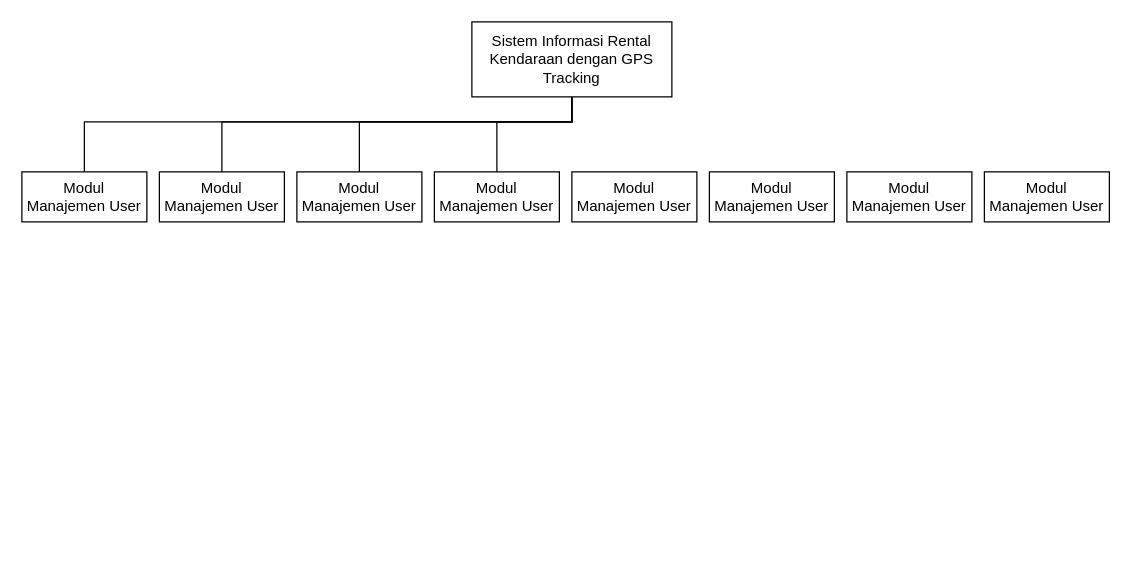
This is wbs.drawio from yogadwipayana/ERD, a draw.io file, before an edit. Source tidied: cells renumbered, new cells numbered last; positions are measured from the earlier drawing's top-left corner, leaving out a move shared by most shapes. Both pictures are drawn from the tidied source at 125%, with x=0, y=0 at pixel (21, 21).
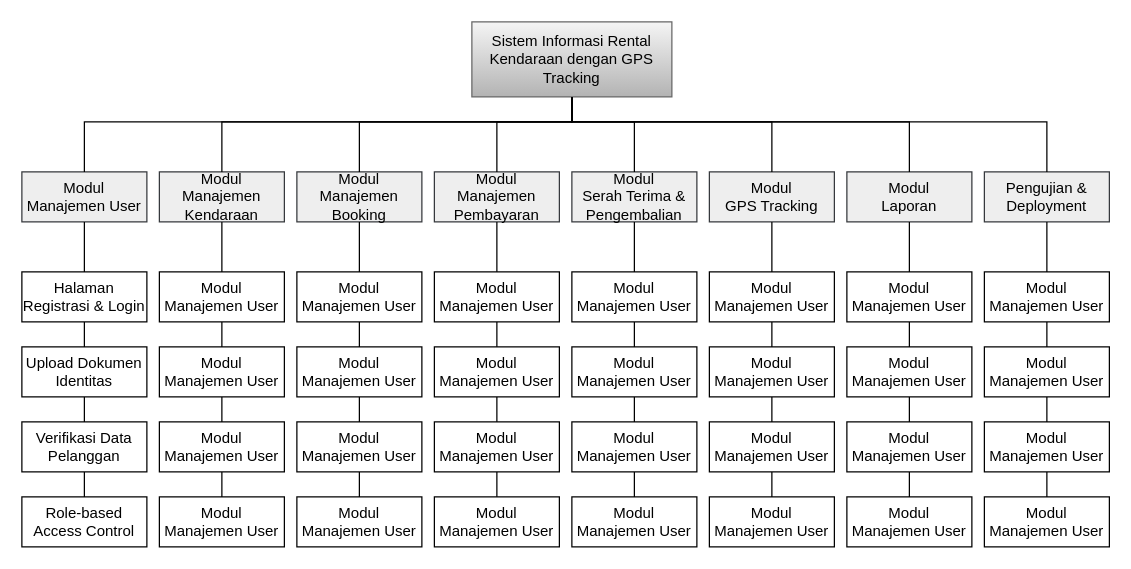
After the change.

The edit, as a diff of the source:
```diff
@@
-    <mxCell id="2" value="Sistem Informasi Rental Kendaraan dengan GPS Tracking" style="rounded=0;whiteSpace=wrap;html=1;" parent="1" vertex="1">
+    <mxCell id="2" value="Sistem Informasi Rental Kendaraan dengan GPS Tracking" style="rounded=0;whiteSpace=wrap;html=1;fillColor=#f5f5f5;strokeColor=#666666;gradientColor=#b3b3b3;" parent="1" vertex="1">
       <mxGeometry x="360" width="160" height="60" as="geometry" />
     </mxCell>
-    <mxCell id="3" value="Modul&lt;div&gt;Manajemen User&lt;/div&gt;" style="rounded=0;whiteSpace=wrap;html=1;" parent="1" vertex="1">
+    <mxCell id="3" value="Modul&lt;div&gt;Manajemen Kendaraan&lt;/div&gt;" style="rounded=0;whiteSpace=wrap;html=1;fillColor=#eeeeee;strokeColor=#36393d;" parent="1" vertex="1">
       <mxGeometry x="110" y="120" width="100" height="40" as="geometry" />
     </mxCell>
-    <mxCell id="4" value="Modul&lt;div&gt;Manajemen User&lt;/div&gt;" style="rounded=0;whiteSpace=wrap;html=1;" parent="1" vertex="1">
+    <mxCell id="4" value="Modul&lt;div&gt;Manajemen User&lt;/div&gt;" style="rounded=0;whiteSpace=wrap;html=1;fillColor=#eeeeee;strokeColor=#36393d;" parent="1" vertex="1">
       <mxGeometry y="120" width="100" height="40" as="geometry" />
     </mxCell>
-    <mxCell id="5" value="Modul&lt;div&gt;Manajemen User&lt;/div&gt;" style="rounded=0;whiteSpace=wrap;html=1;" parent="1" vertex="1">
+    <mxCell id="5" value="Modul&lt;div&gt;Manajemen Booking&lt;/div&gt;" style="rounded=0;whiteSpace=wrap;html=1;fillColor=#eeeeee;strokeColor=#36393d;" parent="1" vertex="1">
       <mxGeometry x="220" y="120" width="100" height="40" as="geometry" />
     </mxCell>
-    <mxCell id="6" value="Modul&lt;div&gt;Manajemen User&lt;/div&gt;" style="rounded=0;whiteSpace=wrap;html=1;" parent="1" vertex="1">
+    <mxCell id="6" value="Modul&lt;div&gt;Manajemen Pembayaran&lt;/div&gt;" style="rounded=0;whiteSpace=wrap;html=1;fillColor=#eeeeee;strokeColor=#36393d;" parent="1" vertex="1">
       <mxGeometry x="330" y="120" width="100" height="40" as="geometry" />
     </mxCell>
-    <mxCell id="7" value="Modul&lt;div&gt;Manajemen User&lt;/div&gt;" style="rounded=0;whiteSpace=wrap;html=1;" parent="1" vertex="1">
+    <mxCell id="7" value="Modul&lt;div&gt;Serah Terima &amp;amp; Pengembalian&lt;/div&gt;" style="rounded=0;whiteSpace=wrap;html=1;fillColor=#eeeeee;strokeColor=#36393d;" parent="1" vertex="1">
       <mxGeometry x="440" y="120" width="100" height="40" as="geometry" />
     </mxCell>
-    <mxCell id="8" value="Modul&lt;div&gt;Manajemen User&lt;/div&gt;" style="rounded=0;whiteSpace=wrap;html=1;" parent="1" vertex="1">
+    <mxCell id="8" value="Modul&lt;div&gt;GPS Tracking&lt;/div&gt;" style="rounded=0;whiteSpace=wrap;html=1;fillColor=#eeeeee;strokeColor=#36393d;" parent="1" vertex="1">
       <mxGeometry x="550" y="120" width="100" height="40" as="geometry" />
     </mxCell>
-    <mxCell id="9" value="Modul&lt;div&gt;Manajemen User&lt;/div&gt;" style="rounded=0;whiteSpace=wrap;html=1;" parent="1" vertex="1">
+    <mxCell id="9" value="Modul&lt;div&gt;Laporan&lt;/div&gt;" style="rounded=0;whiteSpace=wrap;html=1;fillColor=#eeeeee;strokeColor=#36393d;" parent="1" vertex="1">
       <mxGeometry x="660" y="120" width="100" height="40" as="geometry" />
     </mxCell>
-    <mxCell id="10" value="Modul&lt;div&gt;Manajemen User&lt;/div&gt;" style="rounded=0;whiteSpace=wrap;html=1;" parent="1" vertex="1">
+    <mxCell id="10" value="Pengujian &amp;amp; Deployment" style="rounded=0;whiteSpace=wrap;html=1;fillColor=#eeeeee;strokeColor=#36393d;" parent="1" vertex="1">
       <mxGeometry x="770" y="120" width="100" height="40" as="geometry" />
     </mxCell>
@@
+    <mxCell id="15" style="endArrow=none;html=1;rounded=0;fontSize=12;startSize=8;endSize=8;curved=0;entryX=0.5;entryY=1;entryDx=0;entryDy=0;exitX=0.5;exitY=0;exitDx=0;exitDy=0;" parent="1" edge="1" source="7" target="2">
+      <mxGeometry relative="1" as="geometry">
+        <Array as="points">
+          <mxPoint x="490" y="80" />
+          <mxPoint x="440" y="80" />
+        </Array>
+      </mxGeometry>
+    </mxCell>
+    <mxCell id="16" style="endArrow=none;html=1;rounded=0;fontSize=12;startSize=8;endSize=8;curved=0;entryX=0.5;entryY=1;entryDx=0;entryDy=0;exitX=0.5;exitY=0;exitDx=0;exitDy=0;" parent="1" edge="1" source="8" target="2">
+      <mxGeometry relative="1" as="geometry">
+        <Array as="points">
+          <mxPoint x="600" y="80" />
+          <mxPoint x="440" y="80" />
+        </Array>
+      </mxGeometry>
+    </mxCell>
+    <mxCell id="17" style="endArrow=none;html=1;rounded=0;fontSize=12;startSize=8;endSize=8;curved=0;entryX=0.5;entryY=1;entryDx=0;entryDy=0;exitX=0.5;exitY=0;exitDx=0;exitDy=0;" parent="1" edge="1" source="9" target="2">
+      <mxGeometry relative="1" as="geometry">
+        <Array as="points">
+          <mxPoint x="710" y="80" />
+          <mxPoint x="440" y="80" />
+        </Array>
+      </mxGeometry>
+    </mxCell>
+    <mxCell id="18" style="endArrow=none;html=1;rounded=0;fontSize=12;startSize=8;endSize=8;curved=0;entryX=0.5;entryY=1;entryDx=0;entryDy=0;exitX=0.5;exitY=0;exitDx=0;exitDy=0;" parent="1" edge="1" source="10" target="2">
+      <mxGeometry relative="1" as="geometry">
+        <Array as="points">
+          <mxPoint x="820" y="80" />
+          <mxPoint x="440" y="80" />
+        </Array>
+      </mxGeometry>
+    </mxCell>
+    <mxCell id="19" value="Halaman Registrasi &amp;amp; Login" style="rounded=0;whiteSpace=wrap;html=1;" parent="1" vertex="1">
+      <mxGeometry y="200" width="100" height="40" as="geometry" />
+    </mxCell>
+    <mxCell id="20" style="endArrow=none;html=1;rounded=0;fontSize=12;startSize=8;endSize=8;curved=1;entryX=0.5;entryY=1;entryDx=0;entryDy=0;exitX=0.5;exitY=0;exitDx=0;exitDy=0;" parent="1" edge="1" source="19" target="4">
+      <mxGeometry relative="1" as="geometry" />
+    </mxCell>
+    <mxCell id="21" value="Upload Dokumen Identitas" style="rounded=0;whiteSpace=wrap;html=1;" parent="1" vertex="1">
+      <mxGeometry y="260" width="100" height="40" as="geometry" />
+    </mxCell>
+    <mxCell id="22" value="Verifikasi Data Pelanggan" style="rounded=0;whiteSpace=wrap;html=1;" parent="1" vertex="1">
+      <mxGeometry y="320" width="100" height="40" as="geometry" />
+    </mxCell>
+    <mxCell id="23" value="Role-based Access Control" style="rounded=0;whiteSpace=wrap;html=1;" parent="1" vertex="1">
+      <mxGeometry y="380" width="100" height="40" as="geometry" />
+    </mxCell>
+    <mxCell id="24" style="endArrow=none;html=1;rounded=0;fontSize=12;startSize=8;endSize=8;curved=1;entryX=0.5;entryY=1;entryDx=0;entryDy=0;exitX=0.5;exitY=0;exitDx=0;exitDy=0;" parent="1" edge="1" source="21" target="19">
+      <mxGeometry relative="1" as="geometry" />
+    </mxCell>
+    <mxCell id="25" style="endArrow=none;html=1;rounded=0;fontSize=12;startSize=8;endSize=8;curved=1;entryX=0.5;entryY=1;entryDx=0;entryDy=0;exitX=0.5;exitY=0;exitDx=0;exitDy=0;" parent="1" edge="1" source="22" target="21">
+      <mxGeometry relative="1" as="geometry" />
+    </mxCell>
+    <mxCell id="26" style="endArrow=none;html=1;rounded=0;fontSize=12;startSize=8;endSize=8;curved=1;entryX=0.5;entryY=1;entryDx=0;entryDy=0;exitX=0.5;exitY=0;exitDx=0;exitDy=0;" parent="1" edge="1" source="23" target="22">
+      <mxGeometry relative="1" as="geometry" />
+    </mxCell>
+    <mxCell id="27" value="Modul&lt;div&gt;Manajemen User&lt;/div&gt;" style="rounded=0;whiteSpace=wrap;html=1;" parent="1" vertex="1">
+      <mxGeometry x="110" y="200" width="100" height="40" as="geometry" />
+    </mxCell>
+    <mxCell id="28" style="endArrow=none;html=1;rounded=0;fontSize=12;startSize=8;endSize=8;curved=1;entryX=0.5;entryY=1;entryDx=0;entryDy=0;exitX=0.5;exitY=0;exitDx=0;exitDy=0;" parent="1" edge="1" source="27">
+      <mxGeometry relative="1" as="geometry">
+        <mxPoint x="160" y="160" as="targetPoint" />
+      </mxGeometry>
+    </mxCell>
+    <mxCell id="29" value="Modul&lt;div&gt;Manajemen User&lt;/div&gt;" style="rounded=0;whiteSpace=wrap;html=1;" parent="1" vertex="1">
+      <mxGeometry x="110" y="260" width="100" height="40" as="geometry" />
+    </mxCell>
+    <mxCell id="30" value="Modul&lt;div&gt;Manajemen User&lt;/div&gt;" style="rounded=0;whiteSpace=wrap;html=1;" parent="1" vertex="1">
+      <mxGeometry x="110" y="320" width="100" height="40" as="geometry" />
+    </mxCell>
+    <mxCell id="31" value="Modul&lt;div&gt;Manajemen User&lt;/div&gt;" style="rounded=0;whiteSpace=wrap;html=1;" parent="1" vertex="1">
+      <mxGeometry x="110" y="380" width="100" height="40" as="geometry" />
+    </mxCell>
+    <mxCell id="32" style="endArrow=none;html=1;rounded=0;fontSize=12;startSize=8;endSize=8;curved=1;entryX=0.5;entryY=1;entryDx=0;entryDy=0;exitX=0.5;exitY=0;exitDx=0;exitDy=0;" parent="1" edge="1" source="29" target="27">
+      <mxGeometry relative="1" as="geometry" />
+    </mxCell>
+    <mxCell id="33" style="endArrow=none;html=1;rounded=0;fontSize=12;startSize=8;endSize=8;curved=1;entryX=0.5;entryY=1;entryDx=0;entryDy=0;exitX=0.5;exitY=0;exitDx=0;exitDy=0;" parent="1" edge="1" source="30" target="29">
+      <mxGeometry relative="1" as="geometry" />
+    </mxCell>
+    <mxCell id="34" style="endArrow=none;html=1;rounded=0;fontSize=12;startSize=8;endSize=8;curved=1;entryX=0.5;entryY=1;entryDx=0;entryDy=0;exitX=0.5;exitY=0;exitDx=0;exitDy=0;" parent="1" edge="1" source="31" target="30">
+      <mxGeometry relative="1" as="geometry" />
+    </mxCell>
+    <mxCell id="35" value="Modul&lt;div&gt;Manajemen User&lt;/div&gt;" style="rounded=0;whiteSpace=wrap;html=1;" parent="1" vertex="1">
+      <mxGeometry x="220" y="200" width="100" height="40" as="geometry" />
+    </mxCell>
+    <mxCell id="36" style="endArrow=none;html=1;rounded=0;fontSize=12;startSize=8;endSize=8;curved=1;entryX=0.5;entryY=1;entryDx=0;entryDy=0;exitX=0.5;exitY=0;exitDx=0;exitDy=0;" parent="1" edge="1" source="35">
+      <mxGeometry relative="1" as="geometry">
+        <mxPoint x="270" y="160" as="targetPoint" />
+      </mxGeometry>
+    </mxCell>
+    <mxCell id="37" value="Modul&lt;div&gt;Manajemen User&lt;/div&gt;" style="rounded=0;whiteSpace=wrap;html=1;" parent="1" vertex="1">
+      <mxGeometry x="220" y="260" width="100" height="40" as="geometry" />
+    </mxCell>
+    <mxCell id="38" value="Modul&lt;div&gt;Manajemen User&lt;/div&gt;" style="rounded=0;whiteSpace=wrap;html=1;" parent="1" vertex="1">
+      <mxGeometry x="220" y="320" width="100" height="40" as="geometry" />
+    </mxCell>
+    <mxCell id="39" value="Modul&lt;div&gt;Manajemen User&lt;/div&gt;" style="rounded=0;whiteSpace=wrap;html=1;" parent="1" vertex="1">
+      <mxGeometry x="220" y="380" width="100" height="40" as="geometry" />
+    </mxCell>
+    <mxCell id="40" style="endArrow=none;html=1;rounded=0;fontSize=12;startSize=8;endSize=8;curved=1;entryX=0.5;entryY=1;entryDx=0;entryDy=0;exitX=0.5;exitY=0;exitDx=0;exitDy=0;" parent="1" edge="1" source="37" target="35">
+      <mxGeometry relative="1" as="geometry" />
+    </mxCell>
+    <mxCell id="41" style="endArrow=none;html=1;rounded=0;fontSize=12;startSize=8;endSize=8;curved=1;entryX=0.5;entryY=1;entryDx=0;entryDy=0;exitX=0.5;exitY=0;exitDx=0;exitDy=0;" parent="1" edge="1" source="38" target="37">
+      <mxGeometry relative="1" as="geometry" />
+    </mxCell>
+    <mxCell id="42" style="endArrow=none;html=1;rounded=0;fontSize=12;startSize=8;endSize=8;curved=1;entryX=0.5;entryY=1;entryDx=0;entryDy=0;exitX=0.5;exitY=0;exitDx=0;exitDy=0;" parent="1" edge="1" source="39" target="38">
+      <mxGeometry relative="1" as="geometry" />
+    </mxCell>
+    <mxCell id="43" style="endArrow=none;html=1;rounded=0;fontSize=12;startSize=8;endSize=8;curved=1;entryX=0.5;entryY=1;entryDx=0;entryDy=0;exitX=0.5;exitY=0;exitDx=0;exitDy=0;" parent="1" edge="1" source="47">
+      <mxGeometry relative="1" as="geometry">
+        <mxPoint x="380" y="160" as="targetPoint" />
+      </mxGeometry>
+    </mxCell>
+    <mxCell id="44" style="endArrow=none;html=1;rounded=0;fontSize=12;startSize=8;endSize=8;curved=1;entryX=0.5;entryY=1;entryDx=0;entryDy=0;exitX=0.5;exitY=0;exitDx=0;exitDy=0;" parent="1" edge="1" source="48" target="47">
+      <mxGeometry relative="1" as="geometry" />
+    </mxCell>
+    <mxCell id="45" style="endArrow=none;html=1;rounded=0;fontSize=12;startSize=8;endSize=8;curved=1;entryX=0.5;entryY=1;entryDx=0;entryDy=0;exitX=0.5;exitY=0;exitDx=0;exitDy=0;" parent="1" edge="1" source="49" target="48">
+      <mxGeometry relative="1" as="geometry" />
+    </mxCell>
+    <mxCell id="46" style="endArrow=none;html=1;rounded=0;fontSize=12;startSize=8;endSize=8;curved=1;entryX=0.5;entryY=1;entryDx=0;entryDy=0;exitX=0.5;exitY=0;exitDx=0;exitDy=0;" parent="1" edge="1" source="50" target="49">
+      <mxGeometry relative="1" as="geometry" />
+    </mxCell>
+    <mxCell id="47" value="Modul&lt;div&gt;Manajemen User&lt;/div&gt;" style="rounded=0;whiteSpace=wrap;html=1;" parent="1" vertex="1">
+      <mxGeometry x="330" y="200" width="100" height="40" as="geometry" />
+    </mxCell>
+    <mxCell id="48" value="Modul&lt;div&gt;Manajemen User&lt;/div&gt;" style="rounded=0;whiteSpace=wrap;html=1;" parent="1" vertex="1">
+      <mxGeometry x="330" y="260" width="100" height="40" as="geometry" />
+    </mxCell>
+    <mxCell id="49" value="Modul&lt;div&gt;Manajemen User&lt;/div&gt;" style="rounded=0;whiteSpace=wrap;html=1;" parent="1" vertex="1">
+      <mxGeometry x="330" y="320" width="100" height="40" as="geometry" />
+    </mxCell>
+    <mxCell id="50" value="Modul&lt;div&gt;Manajemen User&lt;/div&gt;" style="rounded=0;whiteSpace=wrap;html=1;" parent="1" vertex="1">
+      <mxGeometry x="330" y="380" width="100" height="40" as="geometry" />
+    </mxCell>
+    <mxCell id="51" value="Modul&lt;div&gt;Manajemen User&lt;/div&gt;" style="rounded=0;whiteSpace=wrap;html=1;" parent="1" vertex="1">
+      <mxGeometry x="440" y="200" width="100" height="40" as="geometry" />
+    </mxCell>
+    <mxCell id="52" style="endArrow=none;html=1;rounded=0;fontSize=12;startSize=8;endSize=8;curved=1;entryX=0.5;entryY=1;entryDx=0;entryDy=0;exitX=0.5;exitY=0;exitDx=0;exitDy=0;" parent="1" edge="1" source="51">
+      <mxGeometry relative="1" as="geometry">
+        <mxPoint x="490" y="160" as="targetPoint" />
+      </mxGeometry>
+    </mxCell>
+    <mxCell id="53" value="Modul&lt;div&gt;Manajemen User&lt;/div&gt;" style="rounded=0;whiteSpace=wrap;html=1;" parent="1" vertex="1">
+      <mxGeometry x="440" y="260" width="100" height="40" as="geometry" />
+    </mxCell>
+    <mxCell id="54" value="Modul&lt;div&gt;Manajemen User&lt;/div&gt;" style="rounded=0;whiteSpace=wrap;html=1;" parent="1" vertex="1">
+      <mxGeometry x="440" y="320" width="100" height="40" as="geometry" />
+    </mxCell>
+    <mxCell id="55" value="Modul&lt;div&gt;Manajemen User&lt;/div&gt;" style="rounded=0;whiteSpace=wrap;html=1;" parent="1" vertex="1">
+      <mxGeometry x="440" y="380" width="100" height="40" as="geometry" />
+    </mxCell>
+    <mxCell id="56" style="endArrow=none;html=1;rounded=0;fontSize=12;startSize=8;endSize=8;curved=1;entryX=0.5;entryY=1;entryDx=0;entryDy=0;exitX=0.5;exitY=0;exitDx=0;exitDy=0;" parent="1" edge="1" source="53" target="51">
+      <mxGeometry relative="1" as="geometry" />
+    </mxCell>
+    <mxCell id="57" style="endArrow=none;html=1;rounded=0;fontSize=12;startSize=8;endSize=8;curved=1;entryX=0.5;entryY=1;entryDx=0;entryDy=0;exitX=0.5;exitY=0;exitDx=0;exitDy=0;" parent="1" edge="1" source="54" target="53">
+      <mxGeometry relative="1" as="geometry" />
+    </mxCell>
+    <mxCell id="58" style="endArrow=none;html=1;rounded=0;fontSize=12;startSize=8;endSize=8;curved=1;entryX=0.5;entryY=1;entryDx=0;entryDy=0;exitX=0.5;exitY=0;exitDx=0;exitDy=0;" parent="1" edge="1" source="55" target="54">
+      <mxGeometry relative="1" as="geometry" />
+    </mxCell>
+    <mxCell id="59" value="Modul&lt;div&gt;Manajemen User&lt;/div&gt;" style="rounded=0;whiteSpace=wrap;html=1;" parent="1" vertex="1">
+      <mxGeometry x="550" y="200" width="100" height="40" as="geometry" />
+    </mxCell>
+    <mxCell id="60" style="endArrow=none;html=1;rounded=0;fontSize=12;startSize=8;endSize=8;curved=1;entryX=0.5;entryY=1;entryDx=0;entryDy=0;exitX=0.5;exitY=0;exitDx=0;exitDy=0;" parent="1" edge="1" source="59">
+      <mxGeometry relative="1" as="geometry">
+        <mxPoint x="600" y="160" as="targetPoint" />
+      </mxGeometry>
+    </mxCell>
+    <mxCell id="61" value="Modul&lt;div&gt;Manajemen User&lt;/div&gt;" style="rounded=0;whiteSpace=wrap;html=1;" parent="1" vertex="1">
+      <mxGeometry x="550" y="260" width="100" height="40" as="geometry" />
+    </mxCell>
+    <mxCell id="62" value="Modul&lt;div&gt;Manajemen User&lt;/div&gt;" style="rounded=0;whiteSpace=wrap;html=1;" parent="1" vertex="1">
+      <mxGeometry x="550" y="320" width="100" height="40" as="geometry" />
+    </mxCell>
+    <mxCell id="63" value="Modul&lt;div&gt;Manajemen User&lt;/div&gt;" style="rounded=0;whiteSpace=wrap;html=1;" parent="1" vertex="1">
+      <mxGeometry x="550" y="380" width="100" height="40" as="geometry" />
+    </mxCell>
+    <mxCell id="64" style="endArrow=none;html=1;rounded=0;fontSize=12;startSize=8;endSize=8;curved=1;entryX=0.5;entryY=1;entryDx=0;entryDy=0;exitX=0.5;exitY=0;exitDx=0;exitDy=0;" parent="1" edge="1" source="61" target="59">
+      <mxGeometry relative="1" as="geometry" />
+    </mxCell>
+    <mxCell id="65" style="endArrow=none;html=1;rounded=0;fontSize=12;startSize=8;endSize=8;curved=1;entryX=0.5;entryY=1;entryDx=0;entryDy=0;exitX=0.5;exitY=0;exitDx=0;exitDy=0;" parent="1" edge="1" source="62" target="61">
+      <mxGeometry relative="1" as="geometry" />
+    </mxCell>
+    <mxCell id="66" style="endArrow=none;html=1;rounded=0;fontSize=12;startSize=8;endSize=8;curved=1;entryX=0.5;entryY=1;entryDx=0;entryDy=0;exitX=0.5;exitY=0;exitDx=0;exitDy=0;" parent="1" edge="1" source="63" target="62">
+      <mxGeometry relative="1" as="geometry" />
+    </mxCell>
+    <mxCell id="67" value="Modul&lt;div&gt;Manajemen User&lt;/div&gt;" style="rounded=0;whiteSpace=wrap;html=1;" parent="1" vertex="1">
+      <mxGeometry x="660" y="200" width="100" height="40" as="geometry" />
+    </mxCell>
+    <mxCell id="68" style="endArrow=none;html=1;rounded=0;fontSize=12;startSize=8;endSize=8;curved=1;entryX=0.5;entryY=1;entryDx=0;entryDy=0;exitX=0.5;exitY=0;exitDx=0;exitDy=0;" parent="1" edge="1" source="67">
+      <mxGeometry relative="1" as="geometry">
+        <mxPoint x="710" y="160" as="targetPoint" />
+      </mxGeometry>
+    </mxCell>
+    <mxCell id="69" value="Modul&lt;div&gt;Manajemen User&lt;/div&gt;" style="rounded=0;whiteSpace=wrap;html=1;" parent="1" vertex="1">
+      <mxGeometry x="660" y="260" width="100" height="40" as="geometry" />
+    </mxCell>
+    <mxCell id="70" value="Modul&lt;div&gt;Manajemen User&lt;/div&gt;" style="rounded=0;whiteSpace=wrap;html=1;" parent="1" vertex="1">
+      <mxGeometry x="660" y="320" width="100" height="40" as="geometry" />
+    </mxCell>
+    <mxCell id="71" value="Modul&lt;div&gt;Manajemen User&lt;/div&gt;" style="rounded=0;whiteSpace=wrap;html=1;" parent="1" vertex="1">
+      <mxGeometry x="660" y="380" width="100" height="40" as="geometry" />
+    </mxCell>
+    <mxCell id="72" style="endArrow=none;html=1;rounded=0;fontSize=12;startSize=8;endSize=8;curved=1;entryX=0.5;entryY=1;entryDx=0;entryDy=0;exitX=0.5;exitY=0;exitDx=0;exitDy=0;" parent="1" edge="1" source="69" target="67">
+      <mxGeometry relative="1" as="geometry" />
+    </mxCell>
+    <mxCell id="73" style="endArrow=none;html=1;rounded=0;fontSize=12;startSize=8;endSize=8;curved=1;entryX=0.5;entryY=1;entryDx=0;entryDy=0;exitX=0.5;exitY=0;exitDx=0;exitDy=0;" parent="1" edge="1" source="70" target="69">
+      <mxGeometry relative="1" as="geometry" />
+    </mxCell>
+    <mxCell id="74" style="endArrow=none;html=1;rounded=0;fontSize=12;startSize=8;endSize=8;curved=1;entryX=0.5;entryY=1;entryDx=0;entryDy=0;exitX=0.5;exitY=0;exitDx=0;exitDy=0;" parent="1" edge="1" source="71" target="70">
+      <mxGeometry relative="1" as="geometry" />
+    </mxCell>
+    <mxCell id="75" value="Modul&lt;div&gt;Manajemen User&lt;/div&gt;" style="rounded=0;whiteSpace=wrap;html=1;" parent="1" vertex="1">
+      <mxGeometry x="770" y="200" width="100" height="40" as="geometry" />
+    </mxCell>
+    <mxCell id="76" style="endArrow=none;html=1;rounded=0;fontSize=12;startSize=8;endSize=8;curved=1;entryX=0.5;entryY=1;entryDx=0;entryDy=0;exitX=0.5;exitY=0;exitDx=0;exitDy=0;" parent="1" edge="1" source="75">
+      <mxGeometry relative="1" as="geometry">
+        <mxPoint x="820" y="160" as="targetPoint" />
+      </mxGeometry>
+    </mxCell>
+    <mxCell id="77" value="Modul&lt;div&gt;Manajemen User&lt;/div&gt;" style="rounded=0;whiteSpace=wrap;html=1;" parent="1" vertex="1">
+      <mxGeometry x="770" y="260" width="100" height="40" as="geometry" />
+    </mxCell>
+    <mxCell id="78" value="Modul&lt;div&gt;Manajemen User&lt;/div&gt;" style="rounded=0;whiteSpace=wrap;html=1;" parent="1" vertex="1">
+      <mxGeometry x="770" y="320" width="100" height="40" as="geometry" />
+    </mxCell>
+    <mxCell id="79" value="Modul&lt;div&gt;Manajemen User&lt;/div&gt;" style="rounded=0;whiteSpace=wrap;html=1;" parent="1" vertex="1">
+      <mxGeometry x="770" y="380" width="100" height="40" as="geometry" />
+    </mxCell>
+    <mxCell id="80" style="endArrow=none;html=1;rounded=0;fontSize=12;startSize=8;endSize=8;curved=1;entryX=0.5;entryY=1;entryDx=0;entryDy=0;exitX=0.5;exitY=0;exitDx=0;exitDy=0;" parent="1" edge="1" source="77" target="75">
+      <mxGeometry relative="1" as="geometry" />
+    </mxCell>
+    <mxCell id="81" style="endArrow=none;html=1;rounded=0;fontSize=12;startSize=8;endSize=8;curved=1;entryX=0.5;entryY=1;entryDx=0;entryDy=0;exitX=0.5;exitY=0;exitDx=0;exitDy=0;" parent="1" edge="1" source="78" target="77">
+      <mxGeometry relative="1" as="geometry" />
+    </mxCell>
+    <mxCell id="82" style="endArrow=none;html=1;rounded=0;fontSize=12;startSize=8;endSize=8;curved=1;entryX=0.5;entryY=1;entryDx=0;entryDy=0;exitX=0.5;exitY=0;exitDx=0;exitDy=0;" parent="1" edge="1" source="79" target="78">
+      <mxGeometry relative="1" as="geometry" />
+    </mxCell>
```
